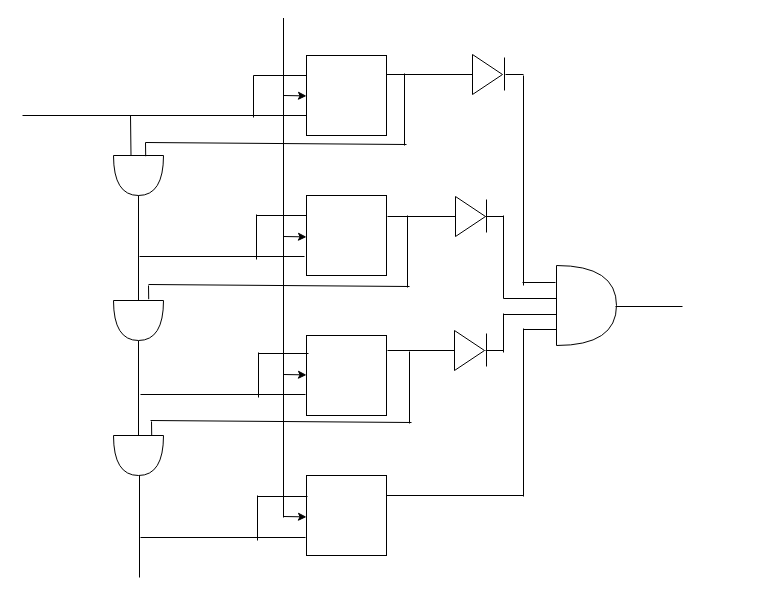
This is as41102.drawio from RaveFX/vigilant-system, a draw.io file, before an edit. Source tidied: cells renumbered, new cells numbered last; positions are measured from the earlier drawing's top-left corner, leaving out a move shared by most shapes. Both pictures are drawn from the tidied source at 100%, with x=0, y=0 at pixel (22, 17).
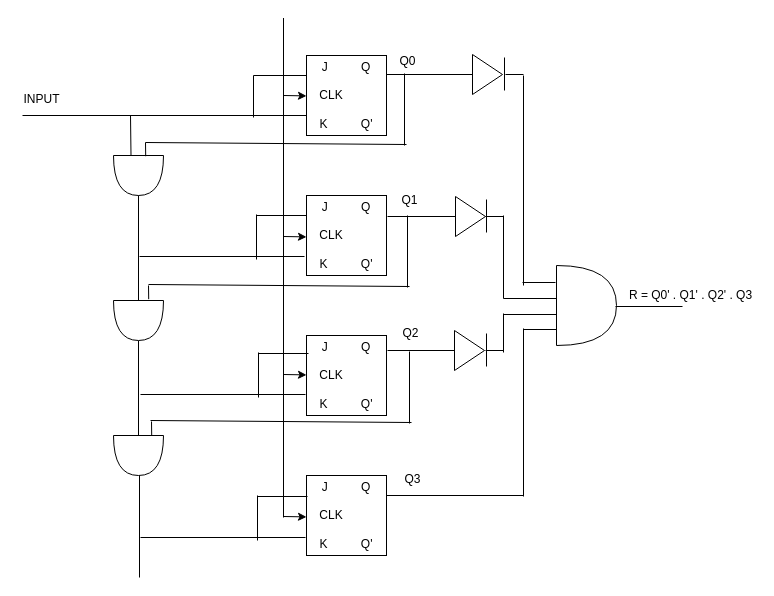
Above is the later version.

The edit, as a diff of the source:
```diff
@@
-    <mxCell id="4" style="whiteSpace=wrap;html=1;" parent="1" vertex="1">
+    <mxCell id="4" value="J&amp;nbsp; &amp;nbsp; &amp;nbsp; &amp;nbsp; &amp;nbsp; Q&lt;br&gt;&amp;nbsp;&lt;br&gt;CLK&amp;nbsp; &amp;nbsp; &amp;nbsp; &amp;nbsp; &amp;nbsp;&lt;br&gt;&lt;br&gt;K&amp;nbsp; &amp;nbsp; &amp;nbsp; &amp;nbsp; &amp;nbsp; Q'" style="whiteSpace=wrap;html=1;" parent="1" vertex="1">
       <mxGeometry x="284" y="38" width="80" height="80" as="geometry" />
     </mxCell>
-    <mxCell id="5" style="whiteSpace=wrap;html=1;" parent="1" vertex="1">
+    <mxCell id="5" value="&lt;span&gt;J&amp;nbsp; &amp;nbsp; &amp;nbsp; &amp;nbsp; &amp;nbsp; Q&lt;/span&gt;&lt;br&gt;&lt;span&gt;&amp;nbsp;&lt;/span&gt;&lt;br&gt;&lt;span&gt;CLK&amp;nbsp; &amp;nbsp; &amp;nbsp; &amp;nbsp; &amp;nbsp;&lt;/span&gt;&lt;br&gt;&lt;br&gt;&lt;span&gt;K&amp;nbsp; &amp;nbsp; &amp;nbsp; &amp;nbsp; &amp;nbsp; Q'&lt;/span&gt;" style="whiteSpace=wrap;html=1;" parent="1" vertex="1">
       <mxGeometry x="284" y="178" width="80" height="80" as="geometry" />
     </mxCell>
-    <mxCell id="6" style="whiteSpace=wrap;html=1;" parent="1" vertex="1">
+    <mxCell id="6" value="&lt;span&gt;J&amp;nbsp; &amp;nbsp; &amp;nbsp; &amp;nbsp; &amp;nbsp; Q&lt;/span&gt;&lt;br&gt;&lt;span&gt;&amp;nbsp;&lt;/span&gt;&lt;br&gt;&lt;span&gt;CLK&amp;nbsp; &amp;nbsp; &amp;nbsp; &amp;nbsp; &amp;nbsp;&lt;/span&gt;&lt;br&gt;&lt;br&gt;&lt;span&gt;K&amp;nbsp; &amp;nbsp; &amp;nbsp; &amp;nbsp; &amp;nbsp; Q'&lt;/span&gt;" style="whiteSpace=wrap;html=1;" parent="1" vertex="1">
       <mxGeometry x="284" y="318" width="80" height="80" as="geometry" />
     </mxCell>
-    <mxCell id="7" style="whiteSpace=wrap;html=1;" parent="1" vertex="1">
+    <mxCell id="7" value="&lt;span&gt;J&amp;nbsp; &amp;nbsp; &amp;nbsp; &amp;nbsp; &amp;nbsp; Q&lt;/span&gt;&lt;br&gt;&lt;span&gt;&amp;nbsp;&lt;/span&gt;&lt;br&gt;&lt;span&gt;CLK&amp;nbsp; &amp;nbsp; &amp;nbsp; &amp;nbsp; &amp;nbsp;&lt;/span&gt;&lt;br&gt;&lt;br&gt;&lt;span&gt;K&amp;nbsp; &amp;nbsp; &amp;nbsp; &amp;nbsp; &amp;nbsp; Q'&lt;/span&gt;" style="whiteSpace=wrap;html=1;" parent="1" vertex="1">
       <mxGeometry x="284" y="458" width="80" height="80" as="geometry" />
     </mxCell>
@@
+    <mxCell id="62" value="Q0" style="text;html=1;align=center;verticalAlign=middle;strokeColor=none;fillColor=none;" parent="1" vertex="1">
+      <mxGeometry x="371" y="35" width="27" height="18" as="geometry" />
+    </mxCell>
+    <mxCell id="63" value="Q1" style="text;html=1;align=center;verticalAlign=middle;strokeColor=none;fillColor=none;" parent="1" vertex="1">
+      <mxGeometry x="373" y="174" width="27" height="18" as="geometry" />
+    </mxCell>
+    <mxCell id="64" value="Q2" style="text;html=1;align=center;verticalAlign=middle;strokeColor=none;fillColor=none;" parent="1" vertex="1">
+      <mxGeometry x="374" y="307" width="27" height="18" as="geometry" />
+    </mxCell>
+    <mxCell id="65" value="Q3" style="text;html=1;align=center;verticalAlign=middle;strokeColor=none;fillColor=none;" parent="1" vertex="1">
+      <mxGeometry x="376" y="453" width="27" height="18" as="geometry" />
+    </mxCell>
+    <mxCell id="66" value="R = Q0' . Q1' . Q2' . Q3" style="text;html=1;align=center;verticalAlign=middle;strokeColor=none;fillColor=none;" parent="1" vertex="1">
+      <mxGeometry x="600" y="269" width="135" height="18" as="geometry" />
+    </mxCell>
+    <mxCell id="67" value="INPUT" style="text;html=1;align=center;verticalAlign=middle;strokeColor=none;fillColor=none;" parent="1" vertex="1">
+      <mxGeometry x="-5" y="73" width="48" height="18" as="geometry" />
+    </mxCell>
```
